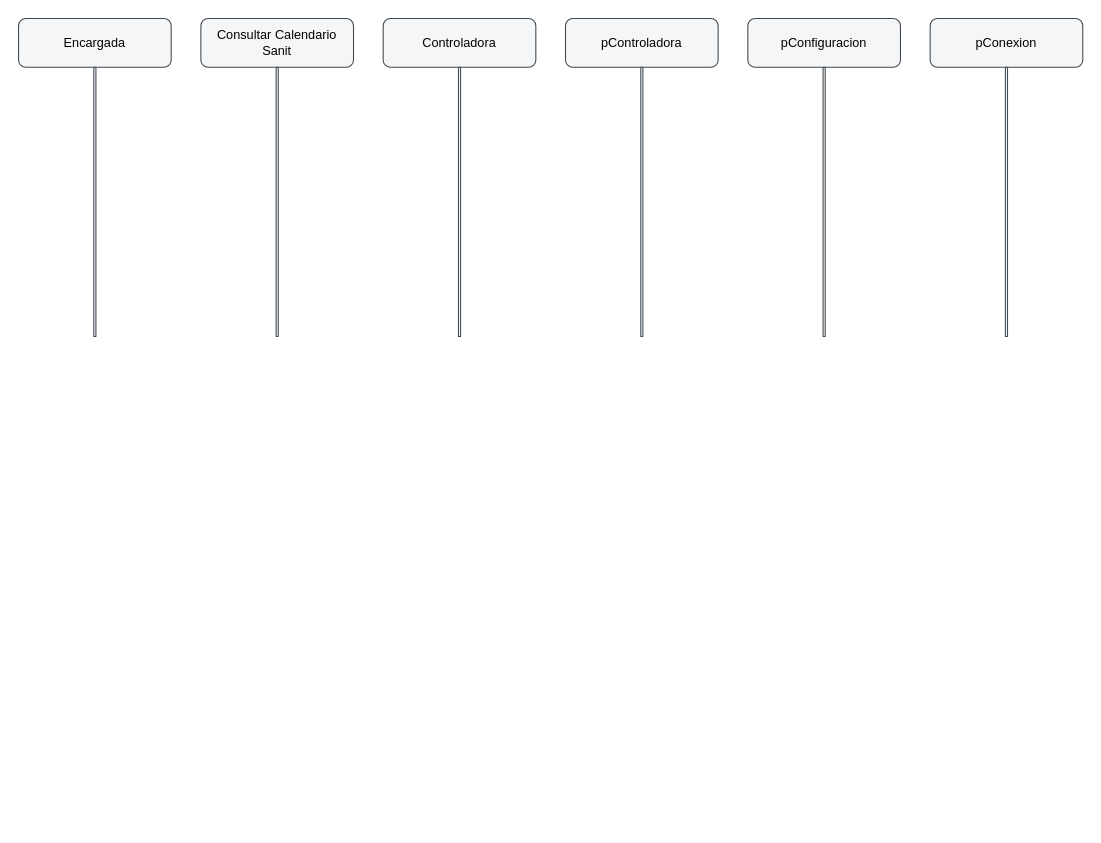
Before: docs/diagramas/secuencia/secuencia-cu31.drawio in santinodelmonte/Tesis, a draw.io diagram. Source tidied: cells renumbered, new cells numbered last; positions are measured from the earlier drawing's top-left corner, leaving out a move shared by most shapes. Both pictures are drawn from the tidied source at 106%, with x=0, y=0 at pixel (18, 18).
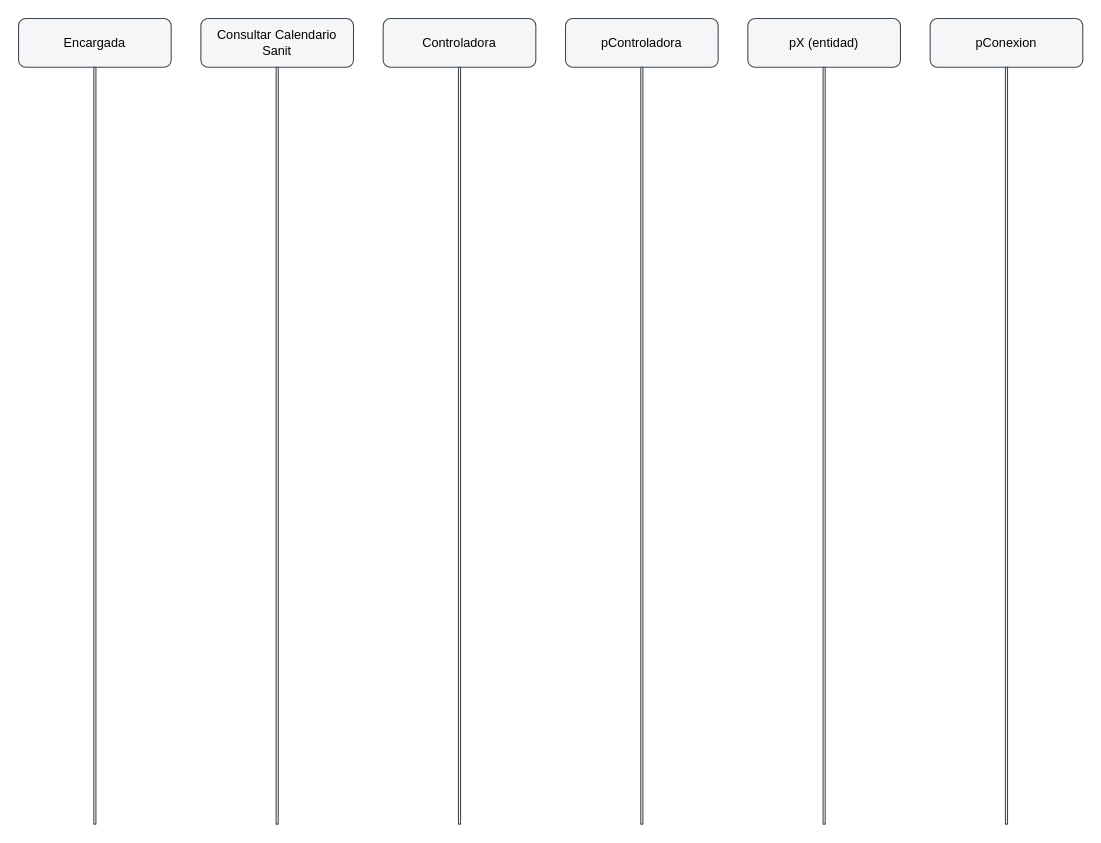
Above is the later version.

Diff of the diagram source:
```diff
@@
 <mxGraphModel>
   <root>
     <mxCell id="0" />
     <mxCell id="1" parent="0" />
     <mxCell id="2" value="Encargada" style="rounded=1;whiteSpace=wrap;html=1;fillColor=#f4f6f8;strokeColor=#40484f;" parent="1" vertex="1">
       <mxGeometry width="144" height="46" as="geometry" />
     </mxCell>
     <mxCell id="3" style="rounded=1;whiteSpace=wrap;html=1;fillColor=#f4f6f8;strokeColor=#40484f;" parent="1" vertex="1">
-      <mxGeometry x="71" y="46" width="2" height="254" as="geometry" />
+      <mxGeometry x="71" y="46" width="2" height="714" as="geometry" />
     </mxCell>
     <mxCell id="4" value="Consultar Calendario Sanit" style="rounded=1;whiteSpace=wrap;html=1;fillColor=#f4f6f8;strokeColor=#40484f;" parent="1" vertex="1">
       <mxGeometry x="172" width="144" height="46" as="geometry" />
     </mxCell>
     <mxCell id="5" style="rounded=1;whiteSpace=wrap;html=1;fillColor=#f4f6f8;strokeColor=#40484f;" parent="1" vertex="1">
-      <mxGeometry x="243" y="46" width="2" height="254" as="geometry" />
+      <mxGeometry x="243" y="46" width="2" height="714" as="geometry" />
     </mxCell>
     <mxCell id="6" value="Controladora" style="rounded=1;whiteSpace=wrap;html=1;fillColor=#f4f6f8;strokeColor=#40484f;" parent="1" vertex="1">
       <mxGeometry x="344" width="144" height="46" as="geometry" />
     </mxCell>
     <mxCell id="7" style="rounded=1;whiteSpace=wrap;html=1;fillColor=#f4f6f8;strokeColor=#40484f;" parent="1" vertex="1">
-      <mxGeometry x="415" y="46" width="2" height="254" as="geometry" />
+      <mxGeometry x="415" y="46" width="2" height="714" as="geometry" />
     </mxCell>
     <mxCell id="8" value="pControladora" style="rounded=1;whiteSpace=wrap;html=1;fillColor=#f4f6f8;strokeColor=#40484f;" parent="1" vertex="1">
       <mxGeometry x="516" width="144" height="46" as="geometry" />
     </mxCell>
     <mxCell id="9" style="rounded=1;whiteSpace=wrap;html=1;fillColor=#f4f6f8;strokeColor=#40484f;" parent="1" vertex="1">
-      <mxGeometry x="587" y="46" width="2" height="254" as="geometry" />
+      <mxGeometry x="587" y="46" width="2" height="714" as="geometry" />
     </mxCell>
-    <mxCell id="10" value="pConfiguracion" style="rounded=1;whiteSpace=wrap;html=1;fillColor=#f4f6f8;strokeColor=#40484f;" parent="1" vertex="1">
+    <mxCell id="10" value="pX (entidad)" style="rounded=1;whiteSpace=wrap;html=1;fillColor=#f4f6f8;strokeColor=#40484f;" parent="1" vertex="1">
       <mxGeometry x="688" width="144" height="46" as="geometry" />
     </mxCell>
     <mxCell id="11" style="rounded=1;whiteSpace=wrap;html=1;fillColor=#f4f6f8;strokeColor=#40484f;" parent="1" vertex="1">
-      <mxGeometry x="759" y="46" width="2" height="254" as="geometry" />
+      <mxGeometry x="759" y="46" width="2" height="714" as="geometry" />
     </mxCell>
     <mxCell id="12" value="pConexion" style="rounded=1;whiteSpace=wrap;html=1;fillColor=#f4f6f8;strokeColor=#40484f;" parent="1" vertex="1">
       <mxGeometry x="860" width="144" height="46" as="geometry" />
     </mxCell>
     <mxCell id="13" style="rounded=1;whiteSpace=wrap;html=1;fillColor=#f4f6f8;strokeColor=#40484f;" parent="1" vertex="1">
-      <mxGeometry x="931" y="46" width="2" height="254" as="geometry" />
+      <mxGeometry x="931" y="46" width="2" height="714" as="geometry" />
     </mxCell>
   </root>
 </mxGraphModel>
```
